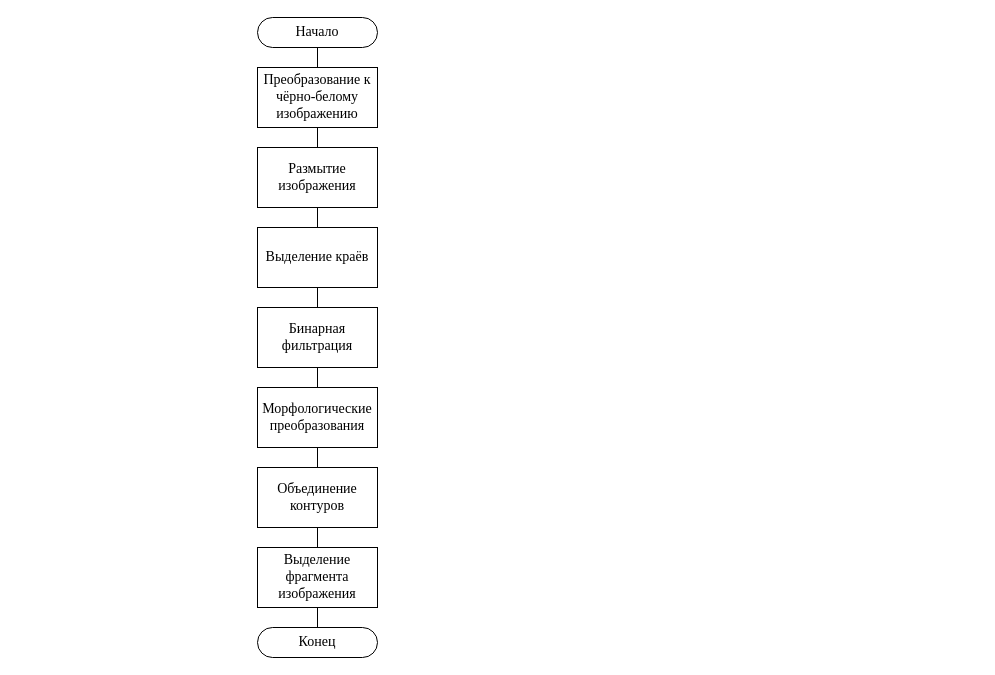
The draw.io diagram diploma/Алгоритм_предобработки.drawio in akulistus/oct-segmentation-model, before the edit. Source tidied: cells renumbered, new cells numbered last; positions are measured from the earlier drawing's top-left corner, leaving out a move shared by most shapes. Both pictures are drawn from the tidied source at 100%, with x=0, y=0 at pixel (257, 17).
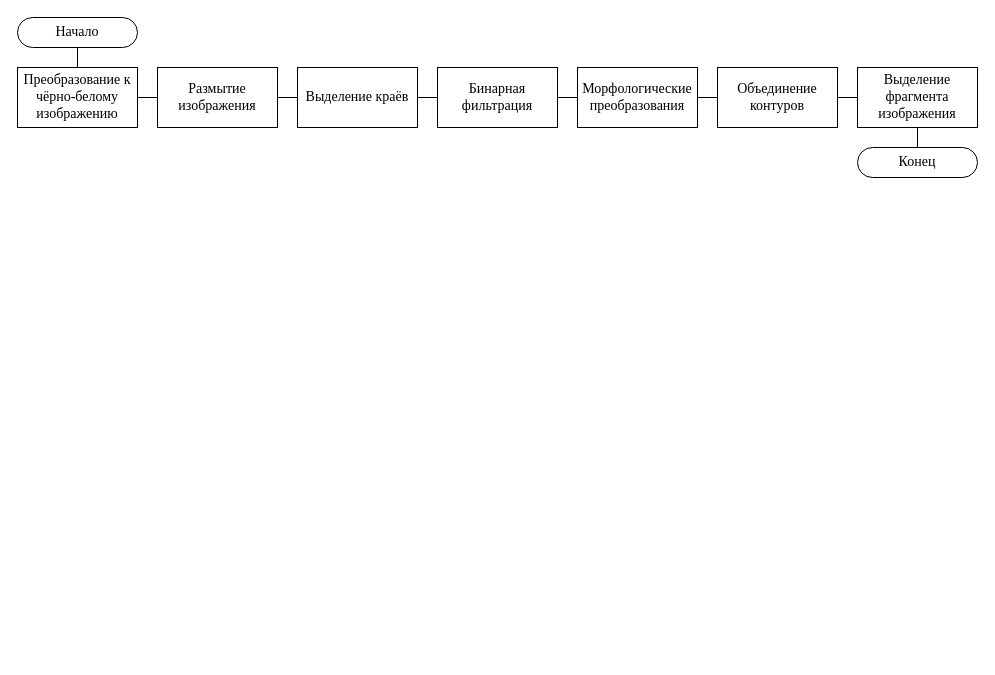
The same diagram, later.

The edit, as a diff of the source:
```diff
@@
 <mxGraphModel>
   <root>
     <mxCell id="0" />
     <mxCell id="1" parent="0" />
     <mxCell id="2" style="edgeStyle=orthogonalEdgeStyle;rounded=0;jettySize=auto;html=1;entryX=0.5;entryY=0;entryDx=0;entryDy=0;curved=0;endArrow=none;startFill=0;" parent="1" edge="1" source="3" target="5">
       <mxGeometry relative="1" as="geometry" />
     </mxCell>
     <mxCell id="3" value="&lt;font style=&quot;font-size: 14px;&quot; face=&quot;Times New Roman&quot;&gt;Начало&lt;/font&gt;" style="rounded=1;whiteSpace=wrap;html=1;arcSize=50;" parent="1" vertex="1">
-      <mxGeometry width="120" height="30" as="geometry" />
+      <mxGeometry x="-240" width="120" height="30" as="geometry" />
     </mxCell>
-    <mxCell id="4" style="edgeStyle=orthogonalEdgeStyle;rounded=0;jettySize=auto;html=1;entryX=0.5;entryY=0;entryDx=0;entryDy=0;endArrow=none;startFill=0;" parent="1" edge="1" source="5" target="7">
+    <mxCell id="4" style="edgeStyle=orthogonalEdgeStyle;rounded=0;jettySize=auto;html=1;entryX=0;entryY=0.5;entryDx=0;entryDy=0;endArrow=none;startFill=0;" parent="1" edge="1" source="5" target="7">
       <mxGeometry relative="1" as="geometry" />
     </mxCell>
     <mxCell id="5" value="&lt;font style=&quot;font-size: 14px;&quot; face=&quot;Times New Roman&quot;&gt;Преобразование к чёрно-белому изображению&lt;/font&gt;" style="rounded=0;whiteSpace=wrap;html=1;" parent="1" vertex="1">
-      <mxGeometry y="50" width="120" height="60" as="geometry" />
+      <mxGeometry x="-240" y="50" width="120" height="60" as="geometry" />
     </mxCell>
-    <mxCell id="6" style="edgeStyle=orthogonalEdgeStyle;rounded=0;jettySize=auto;html=1;entryX=0.5;entryY=0;entryDx=0;entryDy=0;endArrow=none;startFill=0;" parent="1" edge="1" source="7" target="9">
+    <mxCell id="6" style="edgeStyle=orthogonalEdgeStyle;rounded=0;jettySize=auto;html=1;entryX=0;entryY=0.5;entryDx=0;entryDy=0;endArrow=none;startFill=0;" parent="1" edge="1" source="7" target="9">
       <mxGeometry relative="1" as="geometry" />
     </mxCell>
     <mxCell id="7" value="&lt;font face=&quot;Times New Roman&quot;&gt;&lt;span style=&quot;font-size: 14px;&quot;&gt;Размытие изображения&lt;/span&gt;&lt;/font&gt;" style="rounded=0;whiteSpace=wrap;html=1;" parent="1" vertex="1">
-      <mxGeometry y="130" width="120" height="60" as="geometry" />
+      <mxGeometry x="-100" y="50" width="120" height="60" as="geometry" />
     </mxCell>
-    <mxCell id="8" style="edgeStyle=orthogonalEdgeStyle;rounded=0;jettySize=auto;html=1;entryX=0.5;entryY=0;entryDx=0;entryDy=0;endArrow=none;startFill=0;" parent="1" edge="1" source="9" target="11">
+    <mxCell id="8" style="edgeStyle=orthogonalEdgeStyle;rounded=0;jettySize=auto;html=1;entryX=0;entryY=0.5;entryDx=0;entryDy=0;endArrow=none;startFill=0;" parent="1" edge="1" source="9" target="11">
       <mxGeometry relative="1" as="geometry" />
     </mxCell>
     <mxCell id="9" value="&lt;font face=&quot;Times New Roman&quot;&gt;&lt;span style=&quot;font-size: 14px;&quot;&gt;Выделение краёв&lt;/span&gt;&lt;/font&gt;" style="rounded=0;whiteSpace=wrap;html=1;" parent="1" vertex="1">
-      <mxGeometry y="210" width="120" height="60" as="geometry" />
+      <mxGeometry x="40" y="50" width="120" height="60" as="geometry" />
     </mxCell>
-    <mxCell id="10" style="edgeStyle=orthogonalEdgeStyle;rounded=0;jettySize=auto;html=1;entryX=0.5;entryY=0;entryDx=0;entryDy=0;endArrow=none;startFill=0;" parent="1" edge="1" source="11" target="13">
+    <mxCell id="10" style="edgeStyle=orthogonalEdgeStyle;rounded=0;jettySize=auto;html=1;entryX=0;entryY=0.5;entryDx=0;entryDy=0;endArrow=none;startFill=0;" parent="1" edge="1" source="11" target="13">
       <mxGeometry relative="1" as="geometry" />
     </mxCell>
     <mxCell id="11" value="&lt;font face=&quot;Times New Roman&quot;&gt;&lt;span style=&quot;font-size: 14px;&quot;&gt;Бинарная фильтрация&lt;/span&gt;&lt;/font&gt;" style="rounded=0;whiteSpace=wrap;html=1;" parent="1" vertex="1">
-      <mxGeometry y="290" width="120" height="60" as="geometry" />
+      <mxGeometry x="180" y="50" width="120" height="60" as="geometry" />
     </mxCell>
-    <mxCell id="12" style="edgeStyle=orthogonalEdgeStyle;rounded=0;jettySize=auto;html=1;entryX=0.5;entryY=0;entryDx=0;entryDy=0;endArrow=none;startFill=0;" parent="1" edge="1" source="13" target="15">
+    <mxCell id="12" style="edgeStyle=orthogonalEdgeStyle;rounded=0;jettySize=auto;html=1;entryX=0;entryY=0.5;entryDx=0;entryDy=0;endArrow=none;startFill=0;" parent="1" edge="1" source="13" target="15">
       <mxGeometry relative="1" as="geometry" />
     </mxCell>
     <mxCell id="13" value="&lt;font face=&quot;Times New Roman&quot;&gt;&lt;span style=&quot;font-size: 14px;&quot;&gt;Морфологические преобразования&lt;/span&gt;&lt;/font&gt;" style="rounded=0;whiteSpace=wrap;html=1;" parent="1" vertex="1">
-      <mxGeometry y="370" width="120" height="60" as="geometry" />
+      <mxGeometry x="320" y="50" width="120" height="60" as="geometry" />
     </mxCell>
-    <mxCell id="14" style="edgeStyle=orthogonalEdgeStyle;rounded=0;jettySize=auto;html=1;entryX=0.5;entryY=0;entryDx=0;entryDy=0;endArrow=none;startFill=0;" parent="1" edge="1" source="15" target="17">
+    <mxCell id="14" style="edgeStyle=orthogonalEdgeStyle;rounded=0;jettySize=auto;html=1;entryX=0;entryY=0.5;entryDx=0;entryDy=0;endArrow=none;startFill=0;" parent="1" edge="1" source="15" target="17">
       <mxGeometry relative="1" as="geometry" />
     </mxCell>
     <mxCell id="15" value="&lt;font face=&quot;Times New Roman&quot;&gt;&lt;span style=&quot;font-size: 14px;&quot;&gt;Объединение контуров&lt;/span&gt;&lt;/font&gt;" style="rounded=0;whiteSpace=wrap;html=1;" parent="1" vertex="1">
-      <mxGeometry y="450" width="120" height="60" as="geometry" />
+      <mxGeometry x="460" y="50" width="120" height="60" as="geometry" />
     </mxCell>
     <mxCell id="16" style="edgeStyle=orthogonalEdgeStyle;rounded=0;jettySize=auto;html=1;entryX=0.5;entryY=0;entryDx=0;entryDy=0;endArrow=none;startFill=0;" parent="1" edge="1" source="17" target="18">
       <mxGeometry relative="1" as="geometry" />
     </mxCell>
     <mxCell id="17" value="&lt;font face=&quot;Times New Roman&quot; style=&quot;font-size: 14px;&quot;&gt;Выделение фрагмента изображения&lt;/font&gt;" style="rounded=0;whiteSpace=wrap;html=1;" parent="1" vertex="1">
-      <mxGeometry y="530" width="120" height="60" as="geometry" />
+      <mxGeometry x="600" y="50" width="120" height="60" as="geometry" />
     </mxCell>
     <mxCell id="18" value="&lt;font face=&quot;Times New Roman&quot;&gt;&lt;span style=&quot;font-size: 14px;&quot;&gt;Конец&lt;/span&gt;&lt;/font&gt;" style="rounded=1;whiteSpace=wrap;html=1;arcSize=50;" parent="1" vertex="1">
-      <mxGeometry y="610" width="120" height="30" as="geometry" />
+      <mxGeometry x="600" y="130" width="120" height="30" as="geometry" />
     </mxCell>
   </root>
 </mxGraphModel>
```
